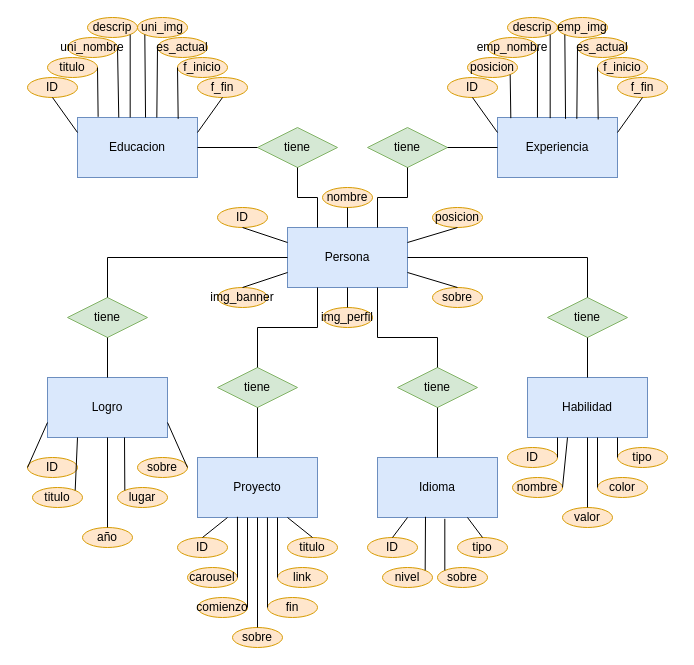
Earlier version of the draw.io diagram Modulo 4/DER.drawio (closada/Proyecto-AP). Source tidied: cells renumbered, new cells numbered last; positions are measured from the earlier drawing's top-left corner, leaving out a move shared by most shapes. Both pictures are drawn from the tidied source at 100%, with x=0, y=0 at pixel (27, 17).
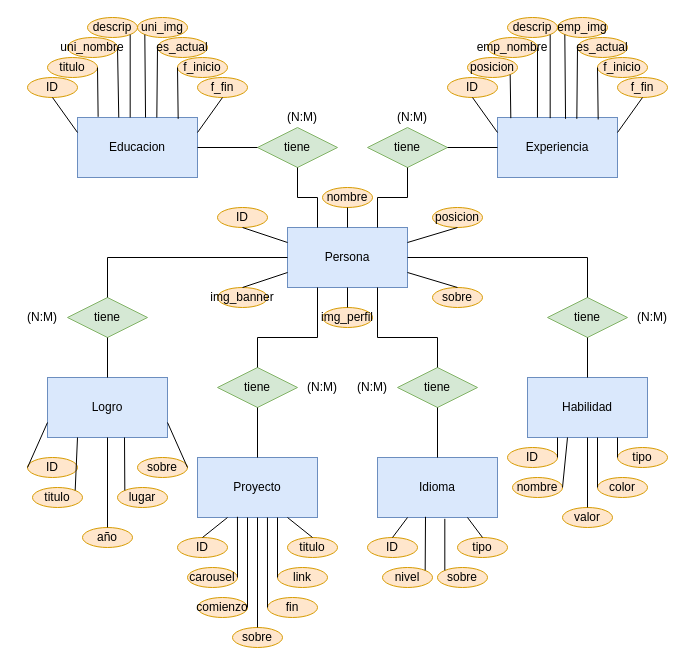
The same diagram, later.

Commit message (it also covers changes not shown here):
correccion DER

Unchanged cells that the change refers to:
```xml
<mxCell id="2" value="Persona" style="rounded=0;whiteSpace=wrap;html=1;fillColor=#dae8fc;strokeColor=#6c8ebf;" parent="1" vertex="1">
  <mxGeometry x="260" y="210" width="120" height="60" as="geometry" />
</mxCell>
<mxCell id="13" value="tiene" style="rhombus;whiteSpace=wrap;html=1;fillColor=#d5e8d4;strokeColor=#82b366;" parent="1" vertex="1">
  <mxGeometry x="190" y="350" width="80" height="40" as="geometry" />
</mxCell>
```

The edit, as a diff of the source:
```diff
@@
     <mxCell id="17" style="endArrow=none;html=1;rounded=0;entryX=0.25;entryY=1;entryDx=0;entryDy=0;exitX=0.5;exitY=0;exitDx=0;exitDy=0;" parent="1" edge="1" source="13" target="2">
       <mxGeometry relative="1" as="geometry">
         <Array as="points">
-          <mxPoint x="230" y="310" />
-          <mxPoint x="290" y="310" />
+          <mxPoint x="230" y="320" />
+          <mxPoint x="290" y="320" />
         </Array>
       </mxGeometry>
     </mxCell>
@@
+    <mxCell id="113" value="(N:M)" style="text;html=1;strokeColor=none;fillColor=none;align=center;verticalAlign=middle;whiteSpace=wrap;rounded=0;" parent="1" vertex="1">
+      <mxGeometry x="250" y="90" width="50" height="20" as="geometry" />
+    </mxCell>
+    <mxCell id="114" value="(N:M)" style="text;html=1;strokeColor=none;fillColor=none;align=center;verticalAlign=middle;whiteSpace=wrap;rounded=0;" parent="1" vertex="1">
+      <mxGeometry x="360" y="90" width="50" height="20" as="geometry" />
+    </mxCell>
+    <mxCell id="115" value="(N:M)" style="text;html=1;strokeColor=none;fillColor=none;align=center;verticalAlign=middle;whiteSpace=wrap;rounded=0;" parent="1" vertex="1">
+      <mxGeometry x="-10" y="290" width="50" height="20" as="geometry" />
+    </mxCell>
+    <mxCell id="116" value="(N:M)" style="text;html=1;strokeColor=none;fillColor=none;align=center;verticalAlign=middle;whiteSpace=wrap;rounded=0;" parent="1" vertex="1">
+      <mxGeometry x="600" y="290" width="50" height="20" as="geometry" />
+    </mxCell>
+    <mxCell id="117" value="(N:M)" style="text;html=1;strokeColor=none;fillColor=none;align=center;verticalAlign=middle;whiteSpace=wrap;rounded=0;" parent="1" vertex="1">
+      <mxGeometry x="270" y="360" width="50" height="20" as="geometry" />
+    </mxCell>
+    <mxCell id="118" value="(N:M)" style="text;html=1;strokeColor=none;fillColor=none;align=center;verticalAlign=middle;whiteSpace=wrap;rounded=0;" parent="1" vertex="1">
+      <mxGeometry x="320" y="360" width="50" height="20" as="geometry" />
+    </mxCell>
```
